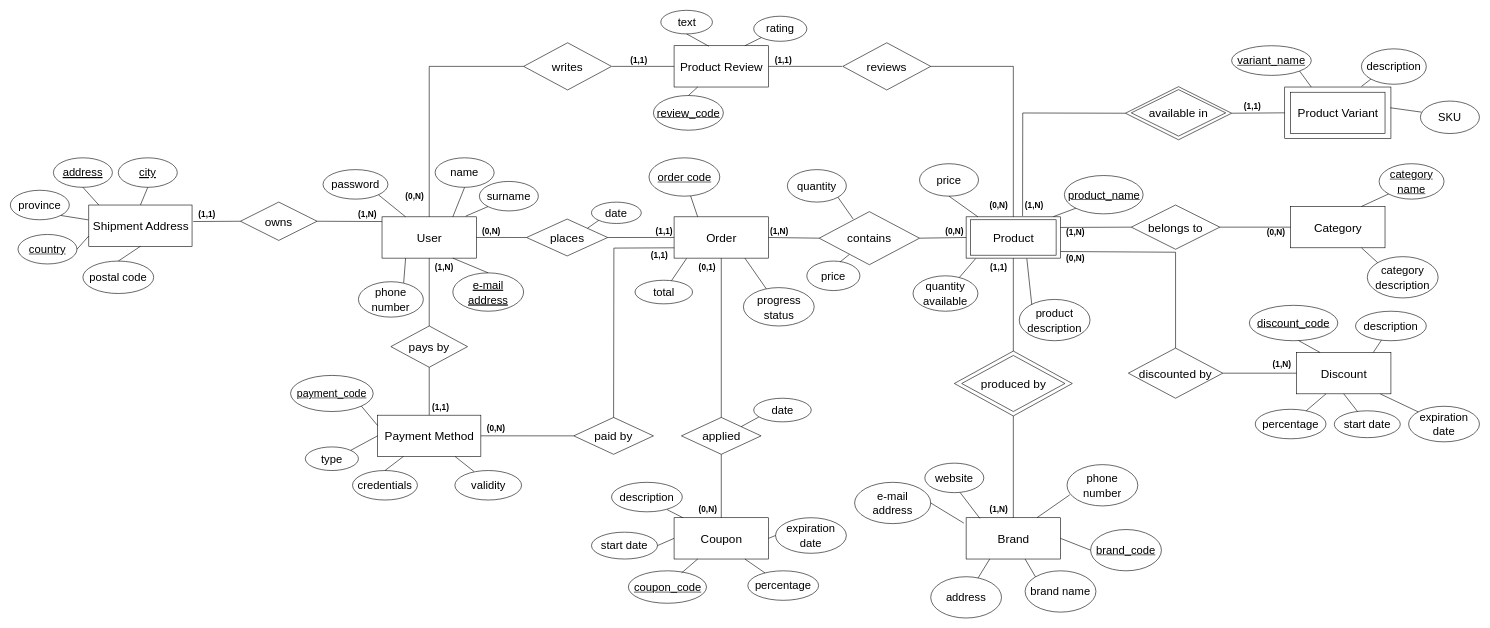
Before: documentation/database/ER.drawio in Tecnologie-Del-Web/Project, a draw.io diagram. Source tidied: cells renumbered, new cells numbered last; positions are measured from the earlier drawing's top-left corner, leaving out a move shared by most shapes. Both pictures are drawn from the tidied source at 59%, with x=0, y=0 at pixel (10, 10).
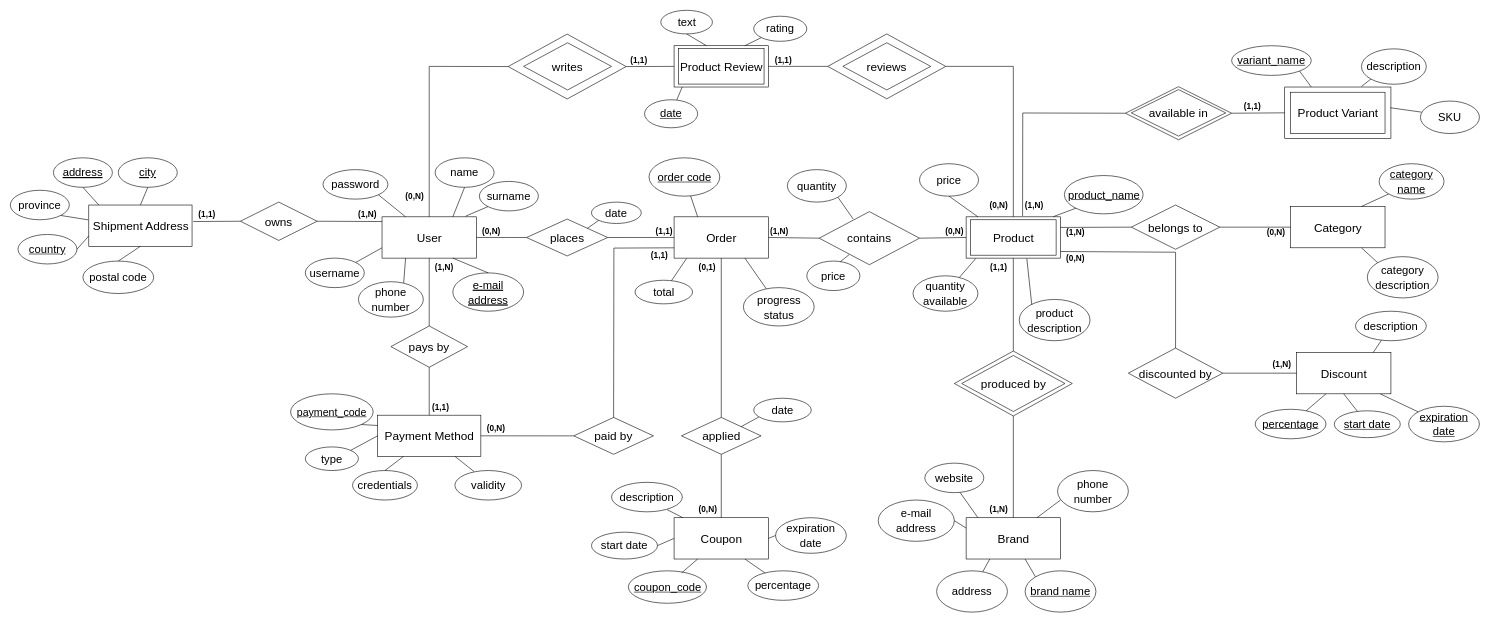
The same diagram, later.

Commit message (it also covers changes not shown here):
Creato file per rationale ER, modificato il modello ER come descritto

Unchanged cells that the change refers to:
```xml
<mxCell id="2" value="&lt;font style=&quot;font-size: 20px;&quot;&gt;User&lt;/font&gt;" style="html=1;dashed=0;whitespace=wrap;" parent="1" vertex="1">
  <mxGeometry x="630" y="350" width="160" height="70" as="geometry" />
</mxCell>
<mxCell id="3" value="&lt;font style=&quot;font-size: 20px;&quot;&gt;Product Review&lt;/font&gt;" style="html=1;dashed=0;whitespace=wrap;" parent="1" vertex="1">
  <mxGeometry x="1125" y="60" width="160" height="70" as="geometry" />
</mxCell>
<mxCell id="5" value="&lt;font style=&quot;font-size: 20px;&quot;&gt;Brand&lt;/font&gt;" style="html=1;dashed=0;whitespace=wrap;" parent="1" vertex="1">
  <mxGeometry x="1620" y="860" width="160" height="70" as="geometry" />
</mxCell>
<mxCell id="6" value="&lt;font style=&quot;font-size: 20px;&quot;&gt;Product&lt;/font&gt;" style="html=1;dashed=0;whitespace=wrap;" parent="1" vertex="1">
  <mxGeometry x="1620" y="350" width="160" height="70" as="geometry" />
</mxCell>
<mxCell id="17" value="&lt;font style=&quot;font-size: 19px;&quot;&gt;text&lt;/font&gt;" style="ellipse;whiteSpace=wrap;html=1;fontSize=20;" parent="1" vertex="1">
  <mxGeometry x="1102.5" width="87.5" height="40" as="geometry" />
</mxCell>
<mxCell id="40" value="&lt;span style=&quot;font-size: 19px;&quot;&gt;website&lt;/span&gt;" style="ellipse;whiteSpace=wrap;html=1;fontSize=20;" parent="1" vertex="1">
  <mxGeometry x="1550" y="767.5" width="100" height="50" as="geometry" />
</mxCell>
<mxCell id="77" value="&lt;font style=&quot;font-size: 20px;&quot;&gt;writes&lt;/font&gt;" style="shape=rhombus;perimeter=rhombusPerimeter;whiteSpace=wrap;html=1;align=center;" parent="1" vertex="1">
  <mxGeometry x="870" y="55" width="149" height="80" as="geometry" />
</mxCell>
<mxCell id="80" value="&lt;span style=&quot;font-size: 20px;&quot;&gt;reviews&lt;/span&gt;" style="shape=rhombus;perimeter=rhombusPerimeter;whiteSpace=wrap;html=1;align=center;" parent="1" vertex="1">
  <mxGeometry x="1411" y="55" width="149" height="80" as="geometry" />
</mxCell>
<mxCell id="97" value="&lt;font style=&quot;font-size: 20px;&quot;&gt;Discount&lt;/font&gt;" style="html=1;dashed=0;whitespace=wrap;" parent="1" vertex="1">
  <mxGeometry x="2180" y="580" width="160" height="70" as="geometry" />
</mxCell>
```

What changed in the source:
```diff
@@
-    <mxCell id="18" style="endArrow=none;html=1;rounded=0;fontSize=20;exitX=0.368;exitY=0.011;exitDx=0;exitDy=0;entryX=0.5;entryY=1;entryDx=0;entryDy=0;exitPerimeter=0;" parent="1" edge="1" source="3" target="17">
-      <mxGeometry relative="1" as="geometry" />
+    <mxCell id="18" style="endArrow=none;html=1;rounded=0;fontSize=20;entryX=0.5;entryY=1;entryDx=0;entryDy=0;" parent="1" edge="1" target="17">
+      <mxGeometry relative="1" as="geometry">
+        <mxPoint x="1180" y="60" as="sourcePoint" />
+      </mxGeometry>
     </mxCell>
@@
-    <mxCell id="30" value="&lt;span style=&quot;font-size: 19px;&quot;&gt;brand name&lt;/span&gt;" style="ellipse;whiteSpace=wrap;html=1;fontSize=20;" parent="1" vertex="1">
+    <mxCell id="30" value="&lt;span style=&quot;font-size: 19px;&quot;&gt;&lt;u&gt;brand name&lt;/u&gt;&lt;/span&gt;" style="ellipse;whiteSpace=wrap;html=1;fontSize=20;" parent="1" vertex="1">
       <mxGeometry x="1720" y="950" width="120" height="70" as="geometry" />
     </mxCell>
@@
-    <mxCell id="32" value="&lt;span style=&quot;font-size: 19px;&quot;&gt;&lt;u&gt;brand_code&lt;/u&gt;&lt;/span&gt;" style="ellipse;whiteSpace=wrap;html=1;fontSize=20;" parent="1" vertex="1">
-      <mxGeometry x="1831" y="880" width="120" height="70" as="geometry" />
-    </mxCell>
-    <mxCell id="33" style="endArrow=none;html=1;rounded=0;fontSize=20;exitX=1;exitY=0.5;exitDx=0;exitDy=0;entryX=0;entryY=0.5;entryDx=0;entryDy=0;" parent="1" edge="1" source="5" target="32">
-      <mxGeometry relative="1" as="geometry" />
-    </mxCell>
     <mxCell id="34" value="&lt;span style=&quot;font-size: 19px;&quot;&gt;address&lt;/span&gt;" style="ellipse;whiteSpace=wrap;html=1;fontSize=20;" parent="1" vertex="1">
-      <mxGeometry x="1560" y="960" width="120" height="70" as="geometry" />
+      <mxGeometry x="1570" y="950" width="120" height="70" as="geometry" />
     </mxCell>
@@
     <mxCell id="36" value="&lt;span style=&quot;font-size: 19px;&quot;&gt;phone number&lt;/span&gt;" style="ellipse;whiteSpace=wrap;html=1;fontSize=20;" parent="1" vertex="1">
-      <mxGeometry x="1791" y="770" width="120" height="70" as="geometry" />
+      <mxGeometry x="1775" y="780" width="120" height="70" as="geometry" />
     </mxCell>
-    <mxCell id="37" style="endArrow=none;html=1;rounded=0;fontSize=20;exitX=0.75;exitY=0;exitDx=0;exitDy=0;entryX=0.038;entryY=0.733;entryDx=0;entryDy=0;entryPerimeter=0;" parent="1" edge="1" source="5" target="36">
-      <mxGeometry relative="1" as="geometry" />
+    <mxCell id="37" style="endArrow=none;html=1;rounded=0;fontSize=20;exitX=0.75;exitY=0;exitDx=0;exitDy=0;" parent="1" edge="1" source="5">
+      <mxGeometry relative="1" as="geometry">
+        <mxPoint x="1780" y="830" as="targetPoint" />
+      </mxGeometry>
     </mxCell>
     <mxCell id="38" value="&lt;span style=&quot;font-size: 19px;&quot;&gt;e-mail&lt;br&gt;address&lt;br&gt;&lt;/span&gt;" style="ellipse;whiteSpace=wrap;html=1;fontSize=20;" parent="1" vertex="1">
-      <mxGeometry x="1431" y="800" width="129" height="70" as="geometry" />
+      <mxGeometry x="1471" y="830" width="129" height="70" as="geometry" />
     </mxCell>
-    <mxCell id="39" style="endArrow=none;html=1;rounded=0;fontSize=20;exitX=-0.024;exitY=0.131;exitDx=0;exitDy=0;entryX=1;entryY=0.5;entryDx=0;entryDy=0;exitPerimeter=0;" parent="1" edge="1" source="5" target="38">
+    <mxCell id="39" style="endArrow=none;html=1;rounded=0;fontSize=20;exitX=0;exitY=0.25;exitDx=0;exitDy=0;entryX=1;entryY=0.5;entryDx=0;entryDy=0;" parent="1" edge="1" source="5" target="38">
       <mxGeometry relative="1" as="geometry" />
     </mxCell>
@@
-    <mxCell id="41" style="endArrow=none;html=1;rounded=0;fontSize=20;exitX=0.146;exitY=0.017;exitDx=0;exitDy=0;entryX=0.599;entryY=0.998;entryDx=0;entryDy=0;entryPerimeter=0;exitPerimeter=0;" parent="1" edge="1" source="5" target="40">
-      <mxGeometry relative="1" as="geometry" />
+    <mxCell id="41" style="endArrow=none;html=1;rounded=0;fontSize=20;entryX=0.599;entryY=0.998;entryDx=0;entryDy=0;entryPerimeter=0;" parent="1" edge="1" target="40">
+      <mxGeometry relative="1" as="geometry">
+        <mxPoint x="1640" y="860" as="sourcePoint" />
+      </mxGeometry>
     </mxCell>
@@
-    <mxCell id="78" style="endArrow=none;html=1;rounded=0;fontSize=20;exitX=0;exitY=0.5;exitDx=0;exitDy=0;" parent="1" edge="1" source="3">
-      <mxGeometry relative="1" as="geometry">
-        <mxPoint x="1020" y="95" as="targetPoint" />
-      </mxGeometry>
+    <mxCell id="78" style="endArrow=none;html=1;rounded=0;fontSize=20;exitX=0;exitY=0.5;exitDx=0;exitDy=0;entryX=1;entryY=0.5;entryDx=0;entryDy=0;" parent="1" edge="1" source="3" target="177">
+      <mxGeometry relative="1" as="geometry" />
     </mxCell>
-    <mxCell id="79" style="endArrow=none;html=1;rounded=0;fontSize=20;exitX=0;exitY=0.5;exitDx=0;exitDy=0;entryX=0.5;entryY=0;entryDx=0;entryDy=0;" parent="1" edge="1" source="77" target="2">
+    <mxCell id="79" style="endArrow=none;html=1;rounded=0;fontSize=20;exitX=0;exitY=0.5;exitDx=0;exitDy=0;entryX=0.5;entryY=0;entryDx=0;entryDy=0;" parent="1" edge="1" source="177" target="2">
       <mxGeometry relative="1" as="geometry">
         <Array as="points">
           <mxPoint x="710" y="95" />
         </Array>
       </mxGeometry>
     </mxCell>
@@
-    <mxCell id="81" style="endArrow=none;html=1;rounded=0;fontSize=20;entryX=1;entryY=0.5;entryDx=0;entryDy=0;" parent="1" edge="1" target="3">
-      <mxGeometry relative="1" as="geometry">
-        <mxPoint x="1410" y="95" as="sourcePoint" />
-      </mxGeometry>
+    <mxCell id="81" style="endArrow=none;html=1;rounded=0;fontSize=20;entryX=1;entryY=0.5;entryDx=0;entryDy=0;exitX=0;exitY=0.5;exitDx=0;exitDy=0;" parent="1" edge="1" source="178" target="3">
+      <mxGeometry relative="1" as="geometry" />
     </mxCell>
-    <mxCell id="82" style="endArrow=none;html=1;rounded=0;fontSize=20;entryX=1;entryY=0.5;entryDx=0;entryDy=0;exitX=0.5;exitY=0;exitDx=0;exitDy=0;" parent="1" edge="1" source="6" target="80">
+    <mxCell id="82" style="endArrow=none;html=1;rounded=0;fontSize=20;entryX=1;entryY=0.5;entryDx=0;entryDy=0;exitX=0.5;exitY=0;exitDx=0;exitDy=0;" parent="1" edge="1" source="6" target="178">
       <mxGeometry relative="1" as="geometry">
         <Array as="points">
           <mxPoint x="1700" y="95" />
         </Array>
       </mxGeometry>
     </mxCell>
@@
-    <mxCell id="98" value="&lt;font style=&quot;font-size: 19px;&quot;&gt;&lt;u&gt;discount_code&lt;/u&gt;&lt;/font&gt;" style="ellipse;whiteSpace=wrap;html=1;fontSize=20;" parent="1" vertex="1">
-      <mxGeometry x="2100" y="500" width="150" height="60" as="geometry" />
-    </mxCell>
-    <mxCell id="99" style="endArrow=none;html=1;rounded=0;fontSize=20;entryX=0.557;entryY=0.997;entryDx=0;entryDy=0;entryPerimeter=0;exitX=0.25;exitY=0;exitDx=0;exitDy=0;" parent="1" edge="1" source="97" target="98">
-      <mxGeometry relative="1" as="geometry" />
-    </mxCell>
@@
-    <mxCell id="106" value="&lt;font style=&quot;font-size: 19px;&quot;&gt;percentage&lt;/font&gt;" style="ellipse;whiteSpace=wrap;html=1;fontSize=20;" parent="1" vertex="1">
+    <mxCell id="106" value="&lt;font style=&quot;font-size: 19px;&quot;&gt;&lt;u&gt;percentage&lt;/u&gt;&lt;/font&gt;" style="ellipse;whiteSpace=wrap;html=1;fontSize=20;" parent="1" vertex="1">
       <mxGeometry x="2110" y="676.2" width="120" height="50" as="geometry" />
     </mxCell>
@@
-    <mxCell id="108" value="&lt;font style=&quot;font-size: 19px;&quot;&gt;expiration date&lt;/font&gt;" style="ellipse;whiteSpace=wrap;html=1;fontSize=20;" parent="1" vertex="1">
+    <mxCell id="108" value="&lt;font style=&quot;font-size: 19px;&quot;&gt;&lt;u&gt;expiration date&lt;/u&gt;&lt;/font&gt;" style="ellipse;whiteSpace=wrap;html=1;fontSize=20;" parent="1" vertex="1">
       <mxGeometry x="2370" y="671.1" width="120" height="60.3" as="geometry" />
     </mxCell>
@@
-    <mxCell id="110" value="&lt;font style=&quot;font-size: 19px;&quot;&gt;start date&lt;/font&gt;" style="ellipse;whiteSpace=wrap;html=1;fontSize=20;" parent="1" vertex="1">
+    <mxCell id="110" value="&lt;font style=&quot;font-size: 19px;&quot;&gt;&lt;u&gt;start date&lt;/u&gt;&lt;/font&gt;" style="ellipse;whiteSpace=wrap;html=1;fontSize=20;" parent="1" vertex="1">
       <mxGeometry x="2244" y="678.8" width="111.9" height="45.5" as="geometry" />
     </mxCell>
@@
     <mxCell id="141" value="&lt;font size=&quot;1&quot; style=&quot;&quot;&gt;&lt;u style=&quot;font-size: 18px;&quot;&gt;payment_code&lt;/u&gt;&lt;/font&gt;" style="ellipse;whiteSpace=wrap;html=1;fontSize=20;" parent="1" vertex="1">
-      <mxGeometry x="475" y="618.8" width="140" height="61.2" as="geometry" />
+      <mxGeometry x="475" y="650" width="140" height="61.2" as="geometry" />
     </mxCell>
@@
-    <mxCell id="145" value="&lt;font style=&quot;font-size: 19px;&quot;&gt;&lt;u&gt;review_code&lt;/u&gt;&lt;/font&gt;" style="ellipse;whiteSpace=wrap;html=1;fontSize=20;" parent="1" vertex="1">
-      <mxGeometry x="1090" y="144.4" width="118.5" height="58.8" as="geometry" />
-    </mxCell>
-    <mxCell id="146" style="endArrow=none;html=1;rounded=0;fontSize=20;exitX=0.25;exitY=1;exitDx=0;exitDy=0;entryX=0.5;entryY=0;entryDx=0;entryDy=0;" parent="1" edge="1" source="3" target="145">
-      <mxGeometry relative="1" as="geometry" />
-    </mxCell>
@@
+    <mxCell id="175" value="&lt;font style=&quot;font-size: 19px;&quot;&gt;username&lt;/font&gt;" style="ellipse;whiteSpace=wrap;html=1;fontSize=20;" parent="1" vertex="1">
+      <mxGeometry x="500" y="420" width="100" height="50" as="geometry" />
+    </mxCell>
+    <mxCell id="176" style="endArrow=none;html=1;rounded=0;fontSize=20;exitX=1;exitY=0;exitDx=0;exitDy=0;entryX=0;entryY=0.75;entryDx=0;entryDy=0;" parent="1" edge="1" source="175" target="2">
+      <mxGeometry relative="1" as="geometry" />
+    </mxCell>
+    <mxCell id="177" style="rhombus;whiteSpace=wrap;html=1;fillColor=none;gradientColor=default;" parent="1" vertex="1">
+      <mxGeometry x="843.8" y="40.3" width="200" height="110" as="geometry" />
+    </mxCell>
+    <mxCell id="178" style="rhombus;whiteSpace=wrap;html=1;fillColor=none;gradientColor=default;" parent="1" vertex="1">
+      <mxGeometry x="1385.5" y="40" width="200" height="110" as="geometry" />
+    </mxCell>
+    <mxCell id="179" style="rounded=0;whiteSpace=wrap;html=1;gradientColor=default;fillColor=none;" parent="1" vertex="1">
+      <mxGeometry x="1132.5" y="65" width="145" height="60" as="geometry" />
+    </mxCell>
+    <mxCell id="180" style="endArrow=none;html=1;rounded=0;fontSize=20;exitX=0;exitY=1;exitDx=0;exitDy=0;" parent="1" edge="1">
+      <mxGeometry relative="1" as="geometry">
+        <mxPoint x="1138.8" y="130" as="sourcePoint" />
+        <mxPoint x="1129.5" y="152.2" as="targetPoint" />
+      </mxGeometry>
+    </mxCell>
+    <mxCell id="181" value="&lt;font style=&quot;font-size: 19px;&quot;&gt;&lt;u&gt;date&lt;/u&gt;&lt;/font&gt;" style="ellipse;whiteSpace=wrap;html=1;fontSize=20;" parent="1" vertex="1">
+      <mxGeometry x="1075" y="151.6" width="90" height="47.5" as="geometry" />
+    </mxCell>
```
